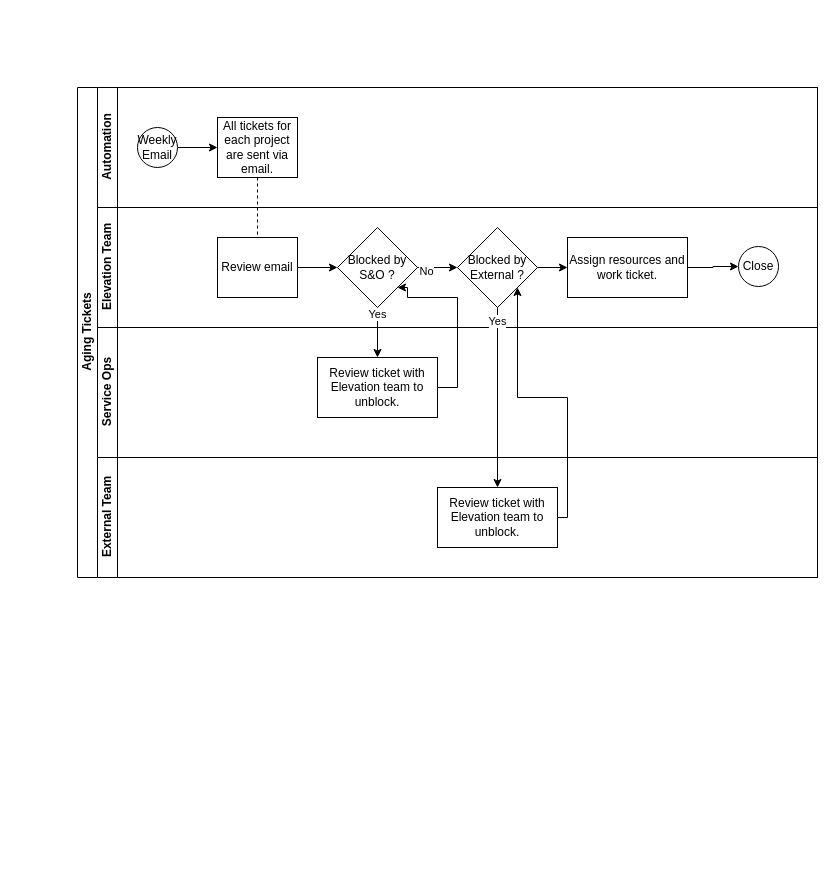
Before: Aging Tickets - Current.drawio in c00lc0le/various, a draw.io diagram. Source tidied: cells renumbered, new cells numbered last; positions are measured from the earlier drawing's top-left corner, leaving out a move shared by most shapes. Both pictures are drawn from the tidied source at 100%, with x=0, y=0 at pixel (77, 87).
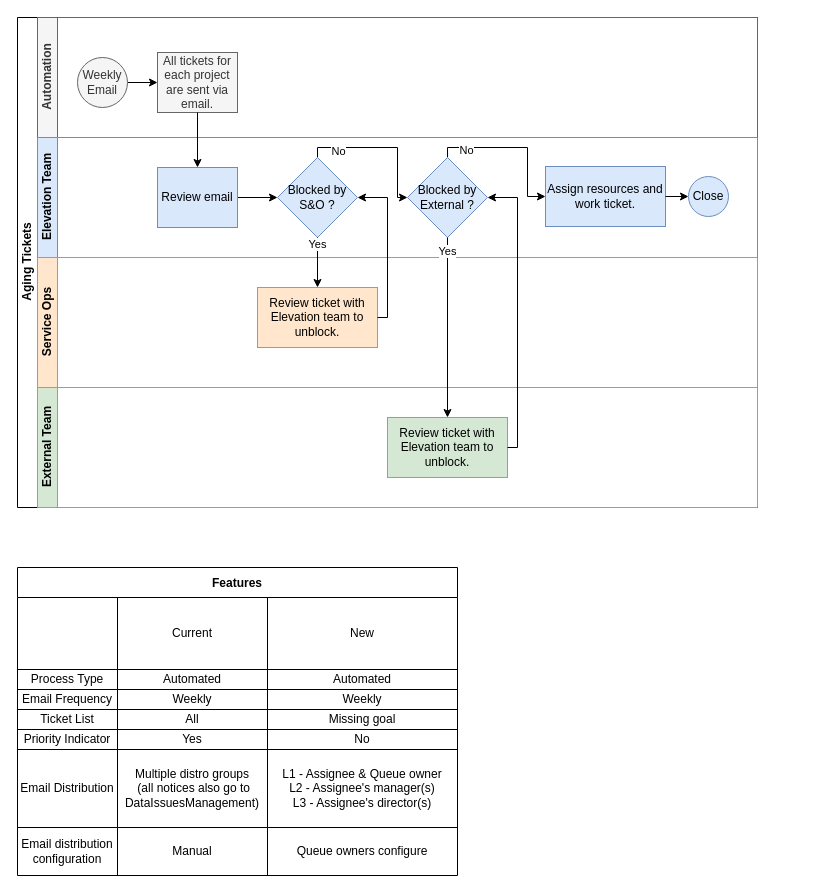
The same diagram, later.

Diff of the diagram source:
```diff
@@
     <mxCell id="2" value="Aging Tickets" style="swimlane;html=1;horizontal=0;startSize=20;" parent="1" vertex="1">
-      <mxGeometry width="740" height="490" as="geometry" />
+      <mxGeometry x="-60" y="-70" width="740" height="490" as="geometry" />
     </mxCell>
-    <mxCell id="3" style="edgeStyle=orthogonalEdgeStyle;rounded=0;jettySize=auto;html=1;dashed=1;endArrow=none;endFill=0;" parent="2" edge="1" source="7" target="10">
-      <mxGeometry relative="1" as="geometry" />
-    </mxCell>
-    <mxCell id="4" value="Automation" style="swimlane;html=1;startSize=20;horizontal=0;" parent="2" vertex="1">
+    <mxCell id="4" value="Automation" style="swimlane;html=1;startSize=20;horizontal=0;fillColor=#f5f5f5;fontColor=#333333;strokeColor=#666666;" parent="2" vertex="1">
       <mxGeometry x="20" width="720" height="120" as="geometry" />
     </mxCell>
@@
-    <mxCell id="6" value="Weekly Email" style="ellipse;whiteSpace=wrap;html=1;" parent="4" vertex="1">
-      <mxGeometry x="40" y="40" width="40" height="40" as="geometry" />
+    <mxCell id="6" value="Weekly Email" style="ellipse;whiteSpace=wrap;html=1;fillColor=#f5f5f5;fontColor=#333333;strokeColor=#666666;" parent="4" vertex="1">
+      <mxGeometry x="40" y="40" width="50" height="50" as="geometry" />
     </mxCell>
-    <mxCell id="7" value="All tickets for each project are sent via email." style="rounded=0;whiteSpace=wrap;html=1;fontFamily=Helvetica;fontSize=12;fontColor=#000000;align=center;" parent="4" vertex="1">
-      <mxGeometry x="120" y="30" width="80" height="60" as="geometry" />
+    <mxCell id="7" value="All tickets for each project are sent via email." style="rounded=0;whiteSpace=wrap;html=1;fontFamily=Helvetica;fontSize=12;fontColor=#333333;align=center;fillColor=#f5f5f5;strokeColor=#666666;" parent="4" vertex="1">
+      <mxGeometry x="120" y="35" width="80" height="60" as="geometry" />
     </mxCell>
-    <mxCell id="8" value="Elevation Team" style="swimlane;html=1;startSize=20;horizontal=0;" parent="2" vertex="1">
+    <mxCell id="8" value="Elevation Team" style="swimlane;html=1;startSize=20;horizontal=0;fillColor=#dae8fc;strokeColor=#6c8ebf;" parent="2" vertex="1">
       <mxGeometry x="20" y="120" width="720" height="120" as="geometry" />
     </mxCell>
@@
-    <mxCell id="10" value="Review email" style="rounded=0;whiteSpace=wrap;html=1;fontFamily=Helvetica;fontSize=12;fontColor=#000000;align=center;" parent="8" vertex="1">
+    <mxCell id="10" value="Review email" style="rounded=0;whiteSpace=wrap;html=1;fontFamily=Helvetica;fontSize=12;align=center;fillColor=#dae8fc;strokeColor=#6c8ebf;" parent="8" vertex="1">
       <mxGeometry x="120" y="30" width="80" height="60" as="geometry" />
     </mxCell>
-    <mxCell id="11" style="edgeStyle=orthogonalEdgeStyle;rounded=0;jettySize=auto;html=1;" parent="8" edge="1" source="13" target="15">
-      <mxGeometry relative="1" as="geometry" />
+    <mxCell id="11" style="edgeStyle=orthogonalEdgeStyle;rounded=0;jettySize=auto;html=1;exitX=0.5;exitY=0;exitDx=0;exitDy=0;entryX=0;entryY=0.5;entryDx=0;entryDy=0;" parent="8" edge="1" source="13" target="15">
+      <mxGeometry relative="1" as="geometry">
+        <Array as="points">
+          <mxPoint x="280" y="10" />
+          <mxPoint x="360" y="10" />
+          <mxPoint x="360" y="60" />
+        </Array>
+      </mxGeometry>
     </mxCell>
@@
-    <mxCell id="13" value="Blocked by S&amp;amp;O ?" style="rhombus;whiteSpace=wrap;html=1;fontFamily=Helvetica;fontSize=12;fontColor=#000000;align=center;" parent="8" vertex="1">
+    <mxCell id="13" value="Blocked by S&amp;amp;O ?" style="rhombus;whiteSpace=wrap;html=1;fontFamily=Helvetica;fontSize=12;align=center;fillColor=#dae8fc;strokeColor=#6c8ebf;" parent="8" vertex="1">
       <mxGeometry x="240" y="20" width="80" height="80" as="geometry" />
     </mxCell>
-    <mxCell id="14" style="edgeStyle=orthogonalEdgeStyle;rounded=0;jettySize=auto;html=1;" parent="8" edge="1" source="15" target="16">
-      <mxGeometry relative="1" as="geometry" />
+    <mxCell id="14" style="edgeStyle=orthogonalEdgeStyle;rounded=0;jettySize=auto;html=1;exitX=0.5;exitY=0;exitDx=0;exitDy=0;entryX=0;entryY=0.5;entryDx=0;entryDy=0;" parent="8" edge="1" source="15" target="16">
+      <mxGeometry relative="1" as="geometry">
+        <Array as="points">
+          <mxPoint x="410" y="10" />
+          <mxPoint x="490" y="10" />
+          <mxPoint x="490" y="59" />
+        </Array>
+      </mxGeometry>
     </mxCell>
+    <mxCell id="28" value="No" style="edgeLabel;html=1;align=center;verticalAlign=middle;" parent="14" vertex="1">
+      <mxGeometry x="-0.64" y="-2" relative="1" as="geometry" />
+    </mxCell>
-    <mxCell id="15" value="Blocked by External ?" style="rhombus;whiteSpace=wrap;html=1;fontFamily=Helvetica;fontSize=12;fontColor=#000000;align=center;" parent="8" vertex="1">
-      <mxGeometry x="360" y="20" width="80" height="80" as="geometry" />
+    <mxCell id="15" value="Blocked by External ?" style="rhombus;whiteSpace=wrap;html=1;fontFamily=Helvetica;fontSize=12;align=center;fillColor=#dae8fc;strokeColor=#6c8ebf;" parent="8" vertex="1">
+      <mxGeometry x="370" y="20" width="80" height="80" as="geometry" />
     </mxCell>
-    <mxCell id="16" value="Assign resources and work ticket." style="whiteSpace=wrap;html=1;fontColor=#000000;" parent="8" vertex="1">
-      <mxGeometry x="470" y="30" width="120" height="60" as="geometry" />
+    <mxCell id="16" value="Assign resources and work ticket." style="whiteSpace=wrap;html=1;fillColor=#dae8fc;strokeColor=#6c8ebf;" parent="8" vertex="1">
+      <mxGeometry x="508" y="29" width="120" height="60" as="geometry" />
     </mxCell>
-    <mxCell id="17" value="Service Ops" style="swimlane;html=1;startSize=20;horizontal=0;" parent="2" vertex="1">
+    <mxCell id="17" value="Service Ops" style="swimlane;html=1;startSize=20;horizontal=0;fillColor=#ffe6cc;strokeColor=#d79b00;" parent="2" vertex="1">
       <mxGeometry x="20" y="240" width="720" height="130" as="geometry" />
     </mxCell>
-    <mxCell id="18" value="Review ticket with Elevation team to unblock." style="whiteSpace=wrap;html=1;fontColor=#000000;" parent="17" vertex="1">
+    <mxCell id="18" value="Review ticket with Elevation team to unblock." style="whiteSpace=wrap;html=1;fillColor=#ffe6cc;strokeColor=#d79b00;" parent="17" vertex="1">
       <mxGeometry x="220" y="30" width="120" height="60" as="geometry" />
     </mxCell>
-    <mxCell id="19" value="External Team" style="swimlane;html=1;startSize=20;horizontal=0;" parent="2" vertex="1">
+    <mxCell id="19" value="External Team" style="swimlane;html=1;startSize=20;horizontal=0;fillColor=#d5e8d4;strokeColor=#82b366;" parent="2" vertex="1">
       <mxGeometry x="20" y="370" width="720" height="120" as="geometry" />
     </mxCell>
-    <mxCell id="20" value="Review ticket with Elevation team to unblock." style="whiteSpace=wrap;html=1;fontColor=#000000;" parent="19" vertex="1">
-      <mxGeometry x="340" y="30" width="120" height="60" as="geometry" />
+    <mxCell id="20" value="Review ticket with Elevation team to unblock." style="whiteSpace=wrap;html=1;fillColor=#d5e8d4;strokeColor=#82b366;" parent="19" vertex="1">
+      <mxGeometry x="350" y="30" width="120" height="60" as="geometry" />
     </mxCell>
@@
-    <mxCell id="24" style="edgeStyle=orthogonalEdgeStyle;rounded=0;jettySize=auto;html=1;entryX=1;entryY=1;entryDx=0;entryDy=0;" parent="2" edge="1" source="20" target="15">
+    <mxCell id="24" style="edgeStyle=orthogonalEdgeStyle;rounded=0;jettySize=auto;html=1;entryX=1;entryY=0.5;entryDx=0;entryDy=0;" parent="2" edge="1" source="20" target="15">
       <mxGeometry relative="1" as="geometry">
         <Array as="points">
-          <mxPoint x="490" y="430" />
-          <mxPoint x="490" y="310" />
-          <mxPoint x="440" y="310" />
+          <mxPoint x="500" y="430" />
+          <mxPoint x="500" y="180" />
         </Array>
       </mxGeometry>
     </mxCell>
-    <mxCell id="25" style="edgeStyle=orthogonalEdgeStyle;rounded=0;jettySize=auto;html=1;entryX=1;entryY=1;entryDx=0;entryDy=0;" parent="2" edge="1" source="18" target="13">
+    <mxCell id="25" style="edgeStyle=orthogonalEdgeStyle;rounded=0;jettySize=auto;html=1;entryX=1;entryY=0.5;entryDx=0;entryDy=0;" parent="2" edge="1" source="18" target="13">
       <mxGeometry relative="1" as="geometry">
         <Array as="points">
-          <mxPoint x="380" y="300" />
-          <mxPoint x="380" y="210" />
-          <mxPoint x="330" y="210" />
-          <mxPoint x="330" y="200" />
+          <mxPoint x="370" y="300" />
+          <mxPoint x="370" y="180" />
         </Array>
       </mxGeometry>
     </mxCell>
+    <mxCell id="3" style="edgeStyle=orthogonalEdgeStyle;rounded=0;jettySize=auto;html=1;entryX=0.5;entryY=0;entryDx=0;entryDy=0;" parent="2" edge="1" source="7" target="10">
+      <mxGeometry relative="1" as="geometry" />
+    </mxCell>
@@
-    <mxCell id="27" value="Close" style="ellipse;whiteSpace=wrap;html=1;" parent="1" vertex="1">
-      <mxGeometry x="661" y="159" width="40" height="40" as="geometry" />
+    <mxCell id="27" value="Close" style="ellipse;whiteSpace=wrap;html=1;fillColor=#dae8fc;strokeColor=#6c8ebf;" parent="1" vertex="1">
+      <mxGeometry x="611" y="89" width="40" height="40" as="geometry" />
     </mxCell>
+    <mxCell id="29" value="Features" style="shape=table;startSize=30;childLayout=tableLayout;fontStyle=1;align=center;" parent="1" vertex="1">
+      <mxGeometry x="-60" y="480" width="440" height="308" as="geometry" />
+    </mxCell>
+    <mxCell id="30" style="shape=tableRow;horizontal=0;startSize=0;swimlaneHead=0;swimlaneBody=0;top=0;left=0;bottom=0;right=0;fillColor=none;" parent="29" vertex="1">
+      <mxGeometry y="30" width="440" height="72" as="geometry" />
+    </mxCell>
+    <mxCell id="31" style="shape=partialRectangle;html=1;whiteSpace=wrap;fillColor=none;top=0;left=0;bottom=0;right=0;overflow=hidden;" parent="30" vertex="1">
+      <mxGeometry width="100" height="72" as="geometry" />
+    </mxCell>
+    <mxCell id="32" value="Current" style="shape=partialRectangle;html=1;whiteSpace=wrap;fillColor=none;top=0;left=0;bottom=0;right=0;overflow=hidden;" parent="30" vertex="1">
+      <mxGeometry x="100" width="150" height="72" as="geometry" />
+    </mxCell>
+    <mxCell id="33" value="New" style="shape=partialRectangle;html=1;whiteSpace=wrap;fillColor=none;top=0;left=0;bottom=0;right=0;overflow=hidden;" parent="30" vertex="1">
+      <mxGeometry x="250" width="190" height="72" as="geometry" />
+    </mxCell>
+    <mxCell id="34" style="shape=tableRow;horizontal=0;startSize=0;swimlaneHead=0;swimlaneBody=0;top=0;left=0;bottom=0;right=0;fillColor=none;" parent="29" vertex="1">
+      <mxGeometry y="102" width="440" height="20" as="geometry" />
+    </mxCell>
+    <mxCell id="35" value="Process Type" style="shape=partialRectangle;html=1;whiteSpace=wrap;fillColor=none;top=0;left=0;bottom=0;right=0;overflow=hidden;" parent="34" vertex="1">
+      <mxGeometry width="100" height="20" as="geometry" />
+    </mxCell>
+    <mxCell id="36" value="Automated" style="shape=partialRectangle;html=1;whiteSpace=wrap;fillColor=none;top=0;left=0;bottom=0;right=0;overflow=hidden;" parent="34" vertex="1">
+      <mxGeometry x="100" width="150" height="20" as="geometry" />
+    </mxCell>
+    <mxCell id="37" value="Automated" style="shape=partialRectangle;html=1;whiteSpace=wrap;fillColor=none;top=0;left=0;bottom=0;right=0;overflow=hidden;" parent="34" vertex="1">
+      <mxGeometry x="250" width="190" height="20" as="geometry" />
+    </mxCell>
+    <mxCell id="38" style="shape=tableRow;horizontal=0;startSize=0;swimlaneHead=0;swimlaneBody=0;top=0;left=0;bottom=0;right=0;fillColor=none;" parent="29" vertex="1">
+      <mxGeometry y="122" width="440" height="20" as="geometry" />
+    </mxCell>
+    <mxCell id="39" value="Email Frequency" style="shape=partialRectangle;html=1;whiteSpace=wrap;fillColor=none;top=0;left=0;bottom=0;right=0;overflow=hidden;" parent="38" vertex="1">
+      <mxGeometry width="100" height="20" as="geometry" />
+    </mxCell>
+    <mxCell id="40" value="Weekly" style="shape=partialRectangle;html=1;whiteSpace=wrap;fillColor=none;top=0;left=0;bottom=0;right=0;overflow=hidden;" parent="38" vertex="1">
+      <mxGeometry x="100" width="150" height="20" as="geometry" />
+    </mxCell>
+    <mxCell id="41" value="Weekly" style="shape=partialRectangle;html=1;whiteSpace=wrap;fillColor=none;top=0;left=0;bottom=0;right=0;overflow=hidden;" parent="38" vertex="1">
+      <mxGeometry x="250" width="190" height="20" as="geometry" />
+    </mxCell>
+    <mxCell id="42" style="shape=tableRow;horizontal=0;startSize=0;swimlaneHead=0;swimlaneBody=0;top=0;left=0;bottom=0;right=0;fillColor=none;" parent="29" vertex="1">
+      <mxGeometry y="142" width="440" height="20" as="geometry" />
+    </mxCell>
+    <mxCell id="43" value="Ticket List" style="shape=partialRectangle;html=1;whiteSpace=wrap;fillColor=none;top=0;left=0;bottom=0;right=0;overflow=hidden;" parent="42" vertex="1">
+      <mxGeometry width="100" height="20" as="geometry" />
+    </mxCell>
+    <mxCell id="44" value="All" style="shape=partialRectangle;html=1;whiteSpace=wrap;fillColor=none;top=0;left=0;bottom=0;right=0;overflow=hidden;" parent="42" vertex="1">
+      <mxGeometry x="100" width="150" height="20" as="geometry" />
+    </mxCell>
+    <mxCell id="45" value="Missing goal" style="shape=partialRectangle;html=1;whiteSpace=wrap;fillColor=none;top=0;left=0;bottom=0;right=0;overflow=hidden;" parent="42" vertex="1">
+      <mxGeometry x="250" width="190" height="20" as="geometry" />
+    </mxCell>
+    <mxCell id="46" style="shape=tableRow;horizontal=0;startSize=0;swimlaneHead=0;swimlaneBody=0;top=0;left=0;bottom=0;right=0;fillColor=none;" parent="29" vertex="1">
+      <mxGeometry y="162" width="440" height="20" as="geometry" />
+    </mxCell>
+    <mxCell id="47" value="Priority Indicator" style="shape=partialRectangle;html=1;whiteSpace=wrap;fillColor=none;top=0;left=0;bottom=0;right=0;overflow=hidden;" parent="46" vertex="1">
+      <mxGeometry width="100" height="20" as="geometry" />
+    </mxCell>
+    <mxCell id="48" value="Yes" style="shape=partialRectangle;html=1;whiteSpace=wrap;fillColor=none;top=0;left=0;bottom=0;right=0;overflow=hidden;" parent="46" vertex="1">
+      <mxGeometry x="100" width="150" height="20" as="geometry" />
+    </mxCell>
+    <mxCell id="49" value="No" style="shape=partialRectangle;html=1;whiteSpace=wrap;fillColor=none;top=0;left=0;bottom=0;right=0;overflow=hidden;" parent="46" vertex="1">
+      <mxGeometry x="250" width="190" height="20" as="geometry" />
+    </mxCell>
+    <mxCell id="50" style="shape=tableRow;horizontal=0;startSize=0;swimlaneHead=0;swimlaneBody=0;top=0;left=0;bottom=0;right=0;fillColor=none;" parent="29" vertex="1">
+      <mxGeometry y="182" width="440" height="78" as="geometry" />
+    </mxCell>
+    <mxCell id="51" value="Email Distribution" style="shape=partialRectangle;html=1;whiteSpace=wrap;fillColor=none;top=0;left=0;bottom=0;right=0;overflow=hidden;" parent="50" vertex="1">
+      <mxGeometry width="100" height="78" as="geometry" />
+    </mxCell>
+    <mxCell id="52" value="Multiple distro groups&lt;br&gt;&amp;nbsp;(all notices also go to DataIssuesManagement)" style="shape=partialRectangle;html=1;whiteSpace=wrap;fillColor=none;top=0;left=0;bottom=0;right=0;overflow=hidden;" parent="50" vertex="1">
+      <mxGeometry x="100" width="150" height="78" as="geometry" />
+    </mxCell>
+    <mxCell id="53" value="L1 - Assignee &amp;amp; Queue owner&lt;br&gt;L2 - Assignee's manager(s)&lt;br&gt;L3 - Assignee's director(s)" style="shape=partialRectangle;html=1;whiteSpace=wrap;fillColor=none;top=0;left=0;bottom=0;right=0;overflow=hidden;" parent="50" vertex="1">
+      <mxGeometry x="250" width="190" height="78" as="geometry" />
+    </mxCell>
+    <mxCell id="54" style="shape=tableRow;horizontal=0;startSize=0;swimlaneHead=0;swimlaneBody=0;top=0;left=0;bottom=0;right=0;fillColor=none;" parent="29" vertex="1">
+      <mxGeometry y="260" width="440" height="48" as="geometry" />
+    </mxCell>
+    <mxCell id="55" value="Email distribution configuration" style="shape=partialRectangle;html=1;whiteSpace=wrap;fillColor=none;top=0;left=0;bottom=0;right=0;overflow=hidden;" parent="54" vertex="1">
+      <mxGeometry width="100" height="48" as="geometry" />
+    </mxCell>
+    <mxCell id="56" value="Manual" style="shape=partialRectangle;html=1;whiteSpace=wrap;fillColor=none;top=0;left=0;bottom=0;right=0;overflow=hidden;" parent="54" vertex="1">
+      <mxGeometry x="100" width="150" height="48" as="geometry" />
+    </mxCell>
+    <mxCell id="57" value="Queue owners configure" style="shape=partialRectangle;html=1;whiteSpace=wrap;fillColor=none;top=0;left=0;bottom=0;right=0;overflow=hidden;" parent="54" vertex="1">
+      <mxGeometry x="250" width="190" height="48" as="geometry" />
+    </mxCell>
```
